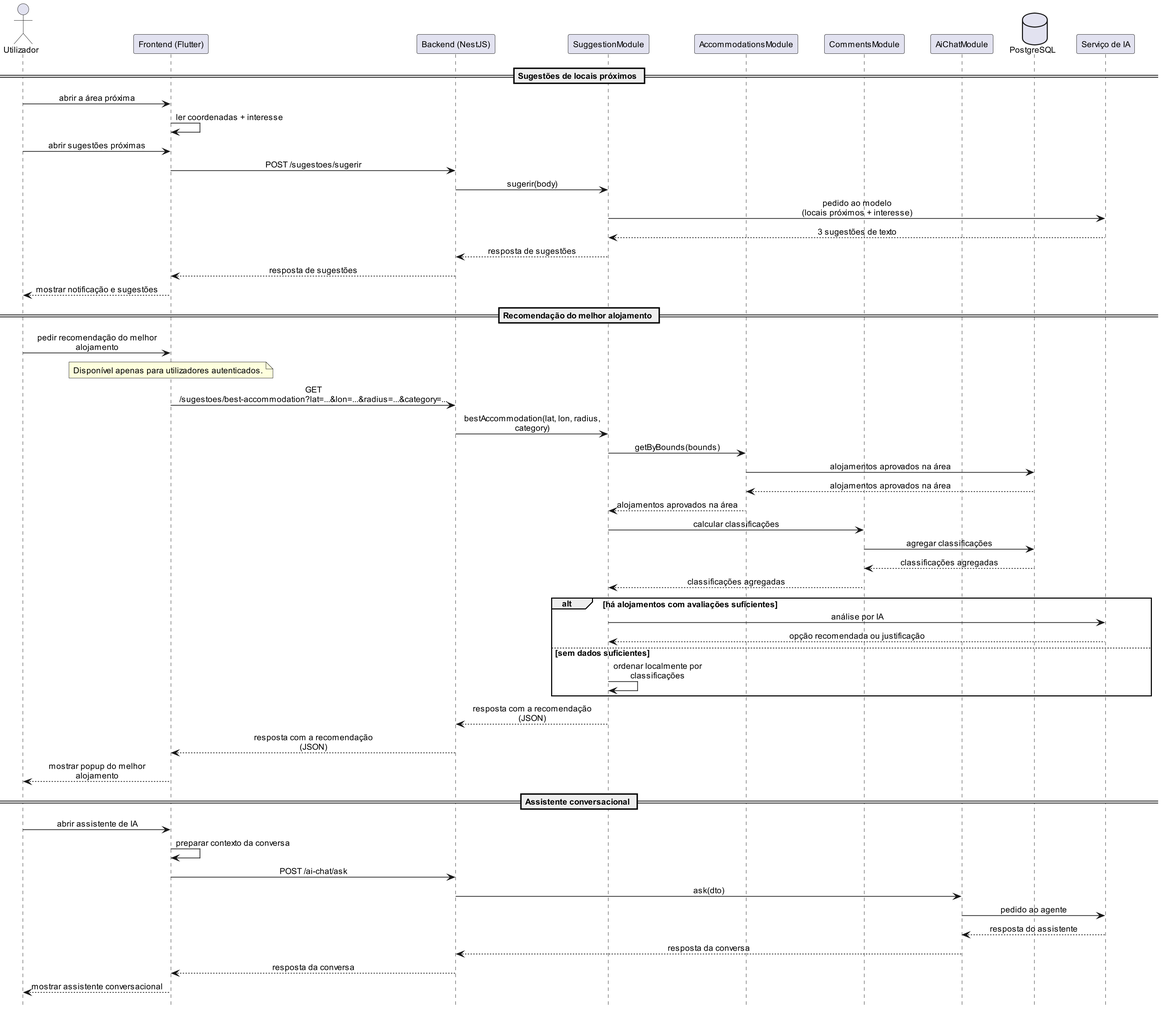
Before: docs/diagrams/png/communication-suggestions-flow.png, a diagram exported from PlantUML (alegna83/cookbook-be).
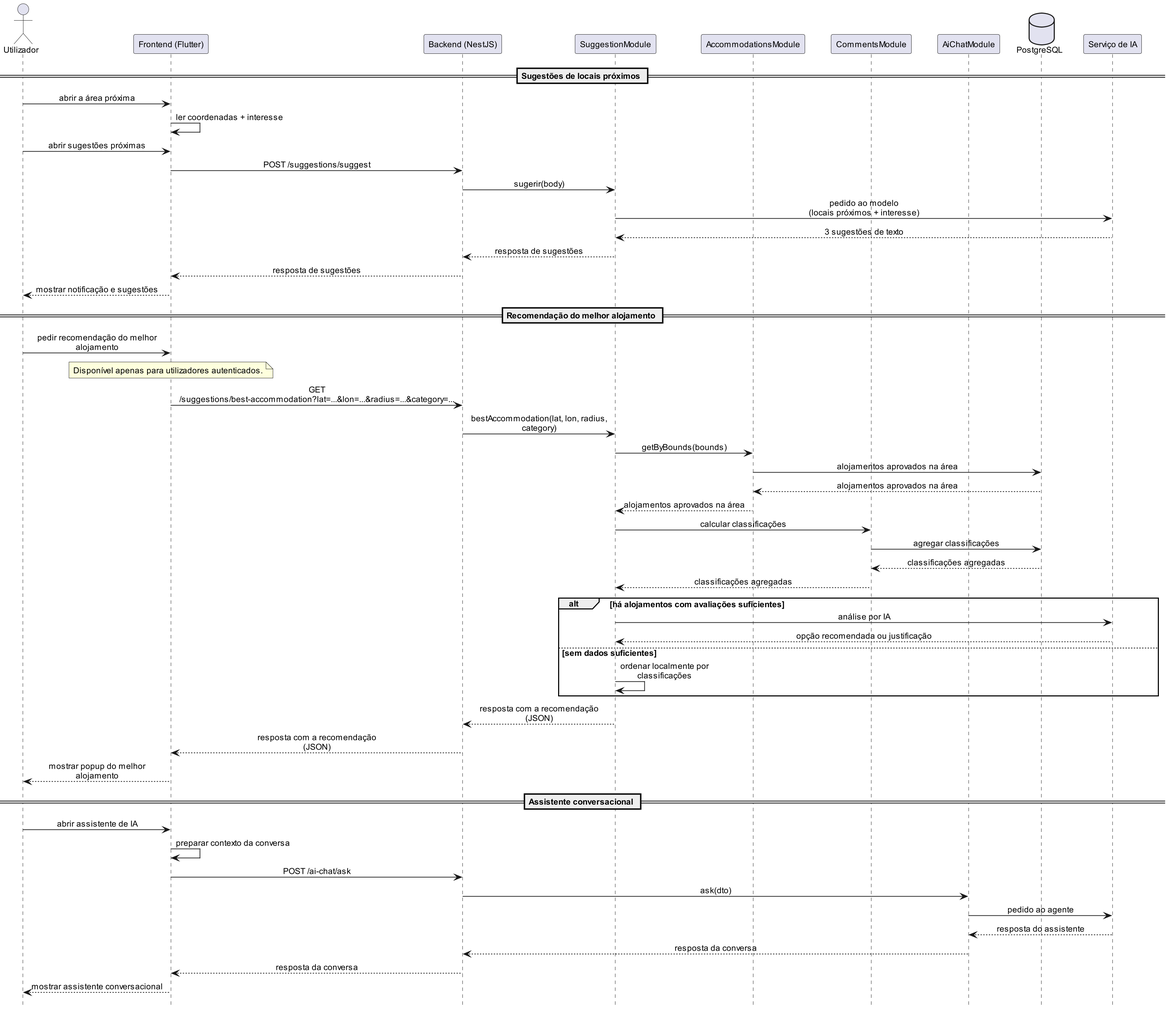
The same diagram one commit later.

Commit message:
communication-suggestions-flow

Change to the diagram source:
```diff
@@ -27,7 +27,7 @@
 FE -> FE : ler coordenadas + interesse
 
 Utilizador -> FE : abrir sugestões próximas
-FE -> BE : POST /sugestoes/sugerir
+FE -> BE : POST /suggestions/suggest
 BE -> SuggestionsModule : sugerir(body)
 SuggestionsModule -> AI : pedido ao modelo\n(locais próximos + interesse)
 AI --> SuggestionsModule : 3 sugestões de texto
@@ -41,7 +41,7 @@
 note over FE
 Disponível apenas para utilizadores autenticados.
 end note
-FE -> BE : GET /sugestoes/best-accommodation?lat=...&lon=...&radius=...&category=...
+FE -> BE : GET /suggestions/best-accommodation?lat=...&lon=...&radius=...&category=...
 BE -> SuggestionsModule : bestAccommodation(lat, lon, radius, category)
 SuggestionsModule -> AccommodationsModule : getByBounds(bounds)
 AccommodationsModule -> DB : alojamentos aprovados na área
```
